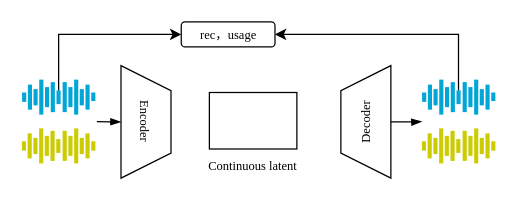
This is ICASSP27/FrameWork.drawio from 1434470591/wubotao.github.io, a draw.io file, before an edit. Source tidied: cells renumbered, new cells numbered last; positions are measured from the earlier drawing's top-left corner, leaving out a move shared by most shapes. Both pictures are drawn from the tidied source at 125%, with x=0, y=0 at pixel (21, 21).
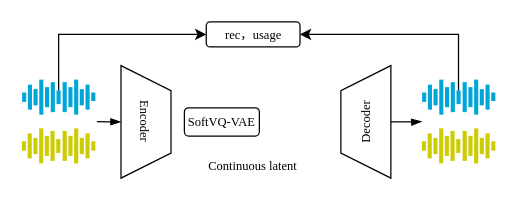
The same page after the edit.

Diff of the diagram source:
```diff
@@
-    <mxCell id="32" style="whiteSpace=wrap;html=1;fontFamily=Times New Roman;fontSize=10;" parent="1" vertex="1">
-      <mxGeometry x="150" y="56.5" width="70" height="45.2" as="geometry" />
+    <mxCell id="32" value="SoftVQ-VAE" style="whiteSpace=wrap;html=1;fontFamily=Times New Roman;fontSize=10;rounded=1;" parent="1" vertex="1">
+      <mxGeometry x="130" y="68.7" width="60" height="22.6" as="geometry" />
     </mxCell>
     <mxCell id="33" value="&lt;font&gt;rec，usage&lt;/font&gt;" style="whiteSpace=wrap;html=1;fontFamily=Times New Roman;rounded=1;fontSize=10;" parent="1" vertex="1">
-      <mxGeometry x="127.5" width="75" height="20" as="geometry" />
+      <mxGeometry x="147.5" width="75" height="20" as="geometry" />
     </mxCell>
```
